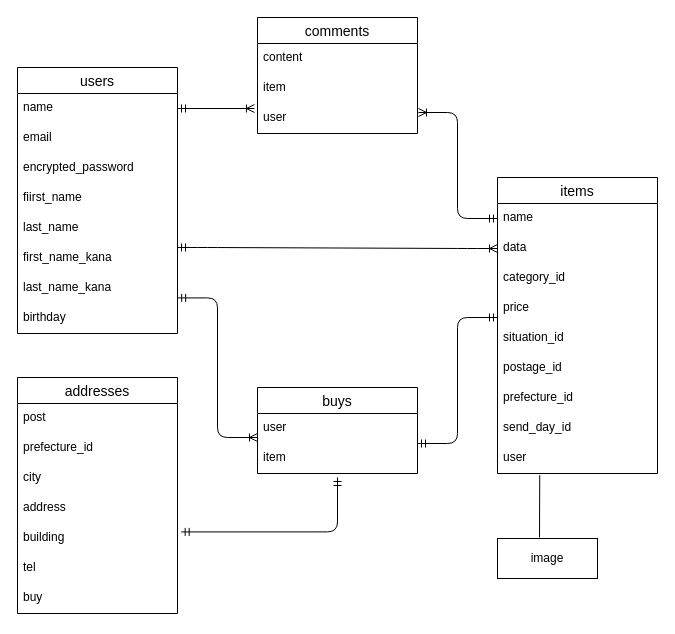
This is furima.dio from sugimotohayato/furima-39259, a draw.io file, before an edit. Source tidied: cells renumbered, new cells numbered last; positions are measured from the earlier drawing's top-left corner, leaving out a move shared by most shapes. Both pictures are drawn from the tidied source at 100%, with x=0, y=0 at pixel (17, 17).
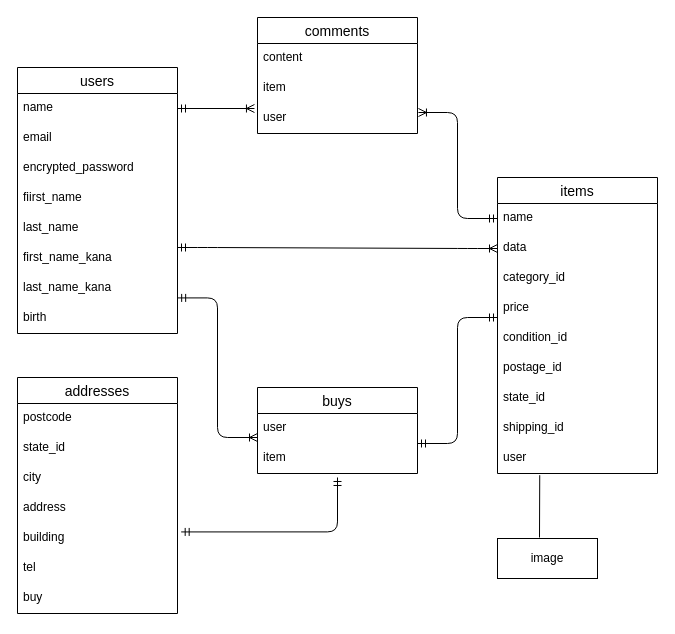
After the change.

The change refers to these unchanged cells:
```xml
<mxCell id="2" value="users" style="swimlane;fontStyle=0;horizontal=1;startSize=26;align=center;fontSize=14;" parent="1" vertex="1">
  <mxGeometry y="50" width="160" height="266" as="geometry" />
</mxCell>
<mxCell id="11" value="addresses" style="swimlane;fontStyle=0;horizontal=1;startSize=26;align=center;fontSize=14;" parent="1" vertex="1">
  <mxGeometry y="360" width="160" height="236" as="geometry" />
</mxCell>
<mxCell id="26" value="items" style="swimlane;fontStyle=0;horizontal=1;startSize=26;align=center;fontSize=14;" parent="1" vertex="1">
  <mxGeometry x="480" y="160" width="160" height="296" as="geometry" />
</mxCell>
```

Diff of the diagram source:
```diff
@@
-    <mxCell id="10" value="birthday" style="text;strokeColor=none;fillColor=none;spacingLeft=4;spacingRight=4;overflow=hidden;fontSize=12;" parent="2" vertex="1">
+    <mxCell id="10" value="birth" style="text;strokeColor=none;fillColor=none;spacingLeft=4;spacingRight=4;overflow=hidden;fontSize=12;" parent="2" vertex="1">
       <mxGeometry y="236" width="160" height="30" as="geometry" />
     </mxCell>
@@
-    <mxCell id="12" value="post" style="text;strokeColor=none;fillColor=none;spacingLeft=4;spacingRight=4;overflow=hidden;fontSize=12;" parent="11" vertex="1">
+    <mxCell id="12" value="postcode" style="text;strokeColor=none;fillColor=none;spacingLeft=4;spacingRight=4;overflow=hidden;fontSize=12;" parent="11" vertex="1">
       <mxGeometry y="26" width="160" height="30" as="geometry" />
     </mxCell>
-    <mxCell id="13" value="prefecture_id" style="text;strokeColor=none;fillColor=none;spacingLeft=4;spacingRight=4;overflow=hidden;fontSize=12;" parent="11" vertex="1">
+    <mxCell id="13" value="state_id" style="text;strokeColor=none;fillColor=none;spacingLeft=4;spacingRight=4;overflow=hidden;fontSize=12;" parent="11" vertex="1">
       <mxGeometry y="56" width="160" height="30" as="geometry" />
     </mxCell>
@@
-    <mxCell id="31" value="situation_id" style="text;strokeColor=none;fillColor=none;spacingLeft=4;spacingRight=4;overflow=hidden;fontSize=12;" parent="26" vertex="1">
+    <mxCell id="31" value="condition_id" style="text;strokeColor=none;fillColor=none;spacingLeft=4;spacingRight=4;overflow=hidden;fontSize=12;" parent="26" vertex="1">
       <mxGeometry y="146" width="160" height="30" as="geometry" />
     </mxCell>
@@
-    <mxCell id="33" value="prefecture_id" style="text;strokeColor=none;fillColor=none;spacingLeft=4;spacingRight=4;overflow=hidden;fontSize=12;" parent="26" vertex="1">
+    <mxCell id="33" value="state_id" style="text;strokeColor=none;fillColor=none;spacingLeft=4;spacingRight=4;overflow=hidden;fontSize=12;" parent="26" vertex="1">
       <mxGeometry y="206" width="160" height="30" as="geometry" />
     </mxCell>
-    <mxCell id="34" value="send_day_id" style="text;strokeColor=none;fillColor=none;spacingLeft=4;spacingRight=4;overflow=hidden;fontSize=12;" parent="26" vertex="1">
+    <mxCell id="34" value="shipping_id" style="text;strokeColor=none;fillColor=none;spacingLeft=4;spacingRight=4;overflow=hidden;fontSize=12;" parent="26" vertex="1">
       <mxGeometry y="236" width="160" height="30" as="geometry" />
     </mxCell>
```
